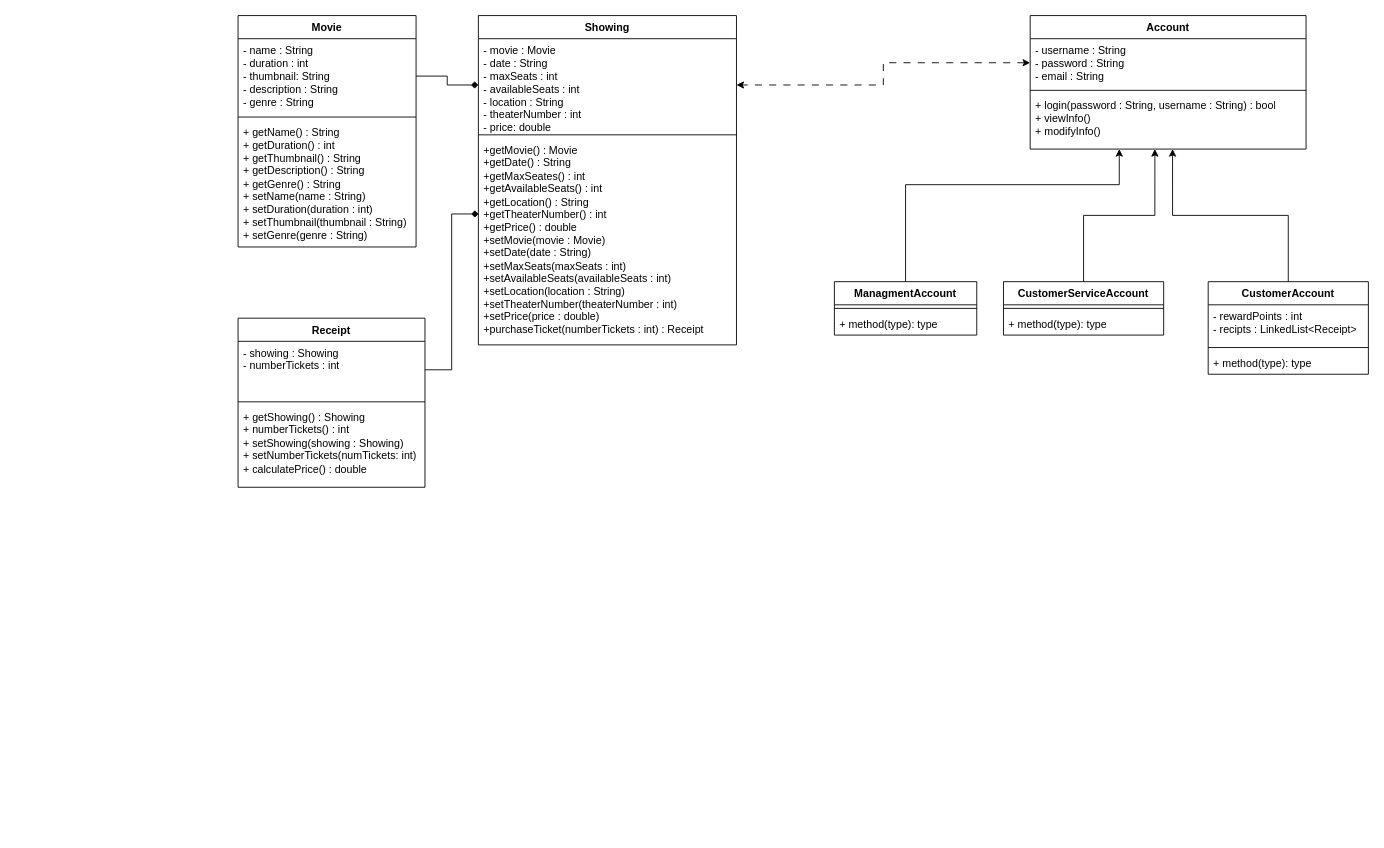
Before: UML Diagram.drawio in jfallz/MTTS, a draw.io diagram. Source tidied: cells renumbered, new cells numbered last; positions are measured from the earlier drawing's top-left corner, leaving out a move shared by most shapes. Both pictures are drawn from the tidied source at 89%, with x=0, y=0 at pixel (238, 15).
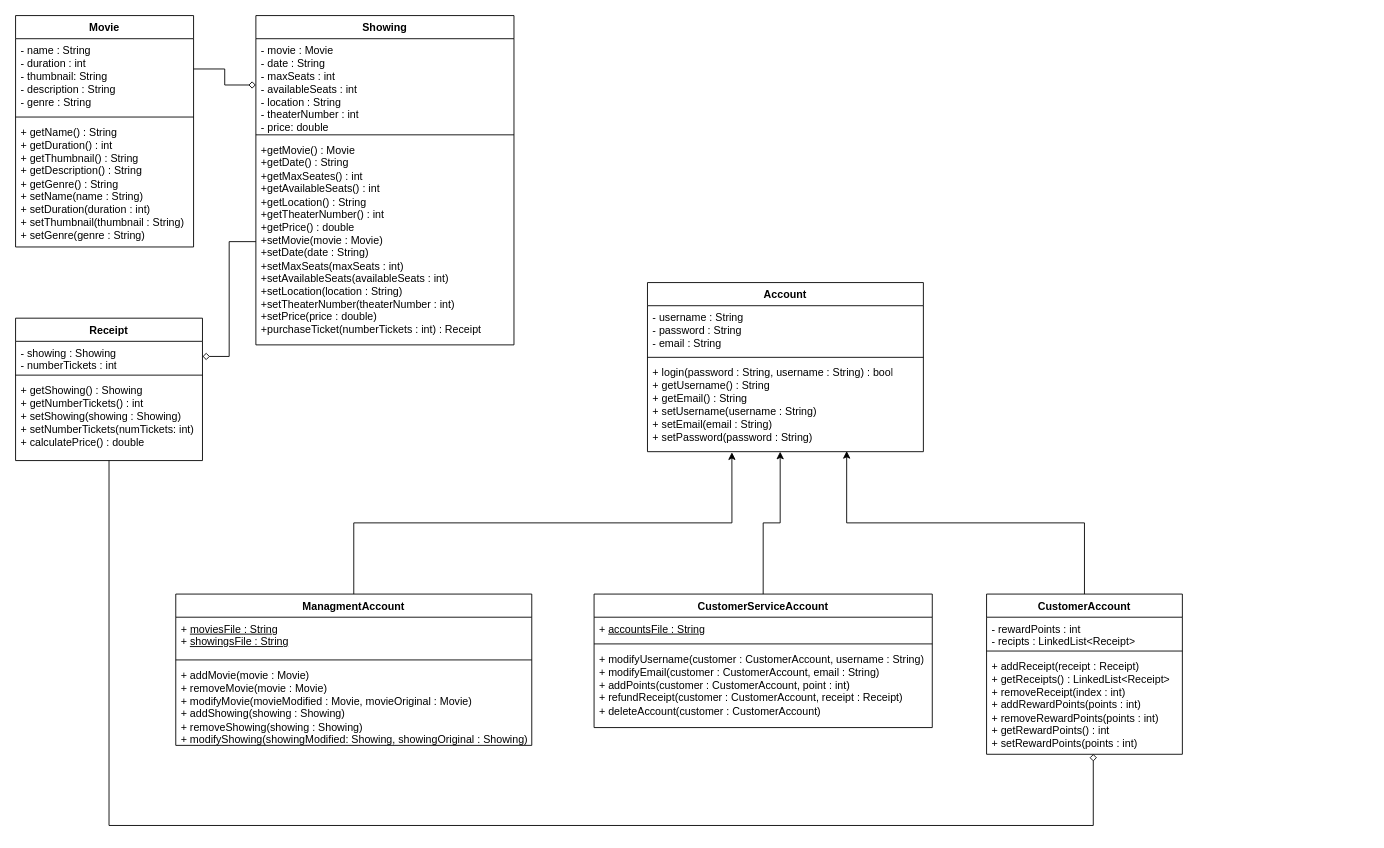
The same diagram, later.

Commit message (it also covers changes not shown here):
Updated UML adding Account Functionality

The change refers to these unchanged cells:
```xml
<mxCell id="3" value="- username : String&lt;div&gt;- password : String&lt;/div&gt;&lt;div&gt;- email : String&lt;/div&gt;" style="text;strokeColor=none;fillColor=none;align=left;verticalAlign=top;spacingLeft=4;spacingRight=4;overflow=hidden;points=[[0,0.5],[1,0.5]];portConstraint=eastwest;whiteSpace=wrap;html=1;" parent="2" vertex="1">
  <mxGeometry y="26" width="310" height="54" as="geometry" />
</mxCell>
<mxCell id="17" value="- movie : Movie&lt;div&gt;- date : String&lt;/div&gt;&lt;div&gt;- maxSeats : int&lt;/div&gt;&lt;div&gt;- availableSeats : int&lt;/div&gt;&lt;div&gt;- location : String&lt;/div&gt;&lt;div&gt;- theaterNumber : int&lt;/div&gt;&lt;div&gt;- price: double&lt;/div&gt;" style="text;strokeColor=none;fillColor=none;align=left;verticalAlign=top;spacingLeft=4;spacingRight=4;overflow=hidden;points=[[0,0.5],[1,0.5]];portConstraint=eastwest;whiteSpace=wrap;html=1;" parent="16" vertex="1">
  <mxGeometry y="26" width="290" height="104" as="geometry" />
</mxCell>
<mxCell id="19" value="&lt;div&gt;+getMovie() : Movie&lt;/div&gt;&lt;div&gt;+getDate() :&amp;nbsp;&lt;span style=&quot;background-color: initial;&quot;&gt;String&lt;/span&gt;&lt;/div&gt;&lt;div&gt;+getMaxSeates() : int&lt;/div&gt;&lt;div&gt;+getAvailableSeats() : int&lt;/div&gt;&lt;div&gt;+getLocation() : String&lt;/div&gt;&lt;div&gt;+getTheaterNumber() : int&lt;/div&gt;&lt;div&gt;+getPrice() : double&lt;/div&gt;&lt;div&gt;+setMovie(movie : Movie)&lt;/div&gt;&lt;div&gt;+setDate(date : String)&lt;/div&gt;&lt;div&gt;+setMaxSeats(maxSeats : int)&lt;/div&gt;&lt;div&gt;+setAvailableSeats(availableSeats : int)&lt;/div&gt;&lt;div&gt;+setLocation(location : String)&lt;/div&gt;&lt;div&gt;+setTheaterNumber(theaterNumber : int)&lt;/div&gt;&lt;div&gt;+setPrice(price : double)&lt;/div&gt;&lt;div&gt;+purchaseTicket(numberTickets : int) : Receipt&lt;/div&gt;&lt;div&gt;&lt;br&gt;&lt;/div&gt;" style="text;strokeColor=none;fillColor=none;align=left;verticalAlign=top;spacingLeft=4;spacingRight=4;overflow=hidden;points=[[0,0.5],[1,0.5]];portConstraint=eastwest;whiteSpace=wrap;html=1;" parent="16" vertex="1">
  <mxGeometry y="138" width="290" height="232" as="geometry" />
</mxCell>
<mxCell id="21" value="- name : String&lt;div&gt;- duration : int&lt;/div&gt;&lt;div&gt;- thumbnail: String&lt;/div&gt;&lt;div&gt;- description : String&lt;/div&gt;&lt;div&gt;- genre : String&lt;/div&gt;&lt;div&gt;&lt;br&gt;&lt;/div&gt;&lt;div&gt;&lt;br&gt;&lt;/div&gt;" style="text;strokeColor=none;fillColor=none;align=left;verticalAlign=top;spacingLeft=4;spacingRight=4;overflow=hidden;points=[[0,0.5],[1,0.5]];portConstraint=eastwest;whiteSpace=wrap;html=1;" parent="20" vertex="1">
  <mxGeometry y="26" width="200" height="84" as="geometry" />
</mxCell>
```

Diff of the diagram source:
```diff
@@
     <mxCell id="2" value="Account" style="swimlane;fontStyle=1;align=center;verticalAlign=top;horizontal=1;startSize=26;whiteSpace=wrap;html=1;" parent="1" vertex="1">
-      <mxGeometry x="890" width="310" height="150" as="geometry" />
+      <mxGeometry x="460" y="300" width="310" height="190" as="geometry" />
     </mxCell>
@@
-    <mxCell id="5" value="+ login(password : String, username : String) : bool&lt;div&gt;+ viewInfo()&lt;/div&gt;&lt;div&gt;+ modifyInfo()&lt;/div&gt;" style="text;strokeColor=none;fillColor=none;align=left;verticalAlign=top;spacingLeft=4;spacingRight=4;overflow=hidden;points=[[0,0.5],[1,0.5]];portConstraint=eastwest;whiteSpace=wrap;html=1;" parent="2" vertex="1">
-      <mxGeometry y="88" width="310" height="62" as="geometry" />
+    <mxCell id="5" value="+ login(password : String, username : String) : bool&lt;div&gt;+ getUsername() : String&lt;br&gt;&lt;/div&gt;&lt;div&gt;+ getEmail() : String&lt;/div&gt;&lt;div&gt;+ setUsername(username : String)&lt;/div&gt;&lt;div&gt;+ setEmail(email : String)&lt;/div&gt;&lt;div&gt;+ setPassword(password : String)&lt;/div&gt;" style="text;strokeColor=none;fillColor=none;align=left;verticalAlign=top;spacingLeft=4;spacingRight=4;overflow=hidden;points=[[0,0.5],[1,0.5]];portConstraint=eastwest;whiteSpace=wrap;html=1;" parent="2" vertex="1">
+      <mxGeometry y="88" width="310" height="102" as="geometry" />
     </mxCell>
     <mxCell id="6" value="CustomerAccount" style="swimlane;fontStyle=1;align=center;verticalAlign=top;horizontal=1;startSize=26;whiteSpace=wrap;html=1;" parent="1" vertex="1">
-      <mxGeometry x="1090" y="299" width="180" height="104" as="geometry" />
+      <mxGeometry x="841" y="650" width="220" height="180" as="geometry" />
     </mxCell>
     <mxCell id="7" value="- rewardPoints : int&lt;div&gt;- recipts : LinkedList&amp;lt;Receipt&amp;gt;&lt;/div&gt;" style="text;strokeColor=none;fillColor=none;align=left;verticalAlign=top;spacingLeft=4;spacingRight=4;overflow=hidden;whiteSpace=wrap;html=1;" parent="6" vertex="1">
-      <mxGeometry y="26" width="180" height="44" as="geometry" />
+      <mxGeometry y="26" width="220" height="34" as="geometry" />
     </mxCell>
     <mxCell id="8" style="line;strokeWidth=1;fillColor=none;align=left;verticalAlign=middle;spacingTop=-1;spacingLeft=3;spacingRight=3;labelPosition=right;strokeColor=inherit;" parent="6" vertex="1">
-      <mxGeometry y="70" width="180" height="8" as="geometry" />
+      <mxGeometry y="60" width="220" height="8" as="geometry" />
     </mxCell>
-    <mxCell id="9" value="+ method(type): type" style="text;strokeColor=none;fillColor=none;align=left;verticalAlign=top;spacingLeft=4;spacingRight=4;overflow=hidden;points=[[0,0.5],[1,0.5]];portConstraint=eastwest;whiteSpace=wrap;html=1;" parent="6" vertex="1">
-      <mxGeometry y="78" width="180" height="26" as="geometry" />
+    <mxCell id="9" value="+ addReceipt(receipt : Receipt)&lt;div&gt;+ getReceipts() : LinkedList&amp;lt;Receipt&amp;gt;&lt;/div&gt;&lt;div&gt;+ removeReceipt(index : int)&lt;/div&gt;&lt;div&gt;+ addRewardPoints(points : int)&lt;/div&gt;&lt;div&gt;+ removeRewardPoints(points : int)&lt;/div&gt;&lt;div&gt;+ getRewardPoints() : int&lt;/div&gt;&lt;div&gt;+ setRewardPoints(points : int)&lt;/div&gt;" style="text;strokeColor=none;fillColor=none;align=left;verticalAlign=top;spacingLeft=4;spacingRight=4;overflow=hidden;points=[[0,0.5],[1,0.5]];portConstraint=eastwest;whiteSpace=wrap;html=1;" parent="6" vertex="1">
+      <mxGeometry y="68" width="220" height="112" as="geometry" />
     </mxCell>
-    <mxCell id="10" value="CustomerServiceAccount" style="swimlane;fontStyle=1;align=center;verticalAlign=top;horizontal=1;startSize=26;whiteSpace=wrap;html=1;" parent="1" vertex="1">
-      <mxGeometry x="860" y="299" width="180" height="60" as="geometry" />
-    </mxCell>
-    <mxCell id="11" style="line;strokeWidth=1;fillColor=none;align=left;verticalAlign=middle;spacingTop=-1;spacingLeft=3;spacingRight=3;labelPosition=right;strokeColor=inherit;" parent="10" vertex="1">
-      <mxGeometry y="26" width="180" height="8" as="geometry" />
-    </mxCell>
-    <mxCell id="12" value="+ method(type): type" style="text;strokeColor=none;fillColor=none;align=left;verticalAlign=top;spacingLeft=4;spacingRight=4;overflow=hidden;whiteSpace=wrap;html=1;" parent="10" vertex="1">
-      <mxGeometry y="34" width="180" height="26" as="geometry" />
-    </mxCell>
-    <mxCell id="13" value="ManagmentAccount" style="swimlane;fontStyle=1;align=center;verticalAlign=top;horizontal=1;startSize=26;whiteSpace=wrap;html=1;" parent="1" vertex="1">
-      <mxGeometry x="670" y="299" width="160" height="60" as="geometry" />
-    </mxCell>
-    <mxCell id="14" style="line;strokeWidth=1;fillColor=none;align=left;verticalAlign=middle;spacingTop=-1;spacingLeft=3;spacingRight=3;labelPosition=right;strokeColor=inherit;" parent="13" vertex="1">
-      <mxGeometry y="26" width="160" height="8" as="geometry" />
-    </mxCell>
-    <mxCell id="15" value="+ method(type): type" style="text;strokeColor=none;fillColor=none;align=left;verticalAlign=top;spacingLeft=4;spacingRight=4;overflow=hidden;whiteSpace=wrap;html=1;" parent="13" vertex="1">
-      <mxGeometry y="34" width="160" height="26" as="geometry" />
-    </mxCell>
     <mxCell id="16" value="Showing" style="swimlane;fontStyle=1;align=center;verticalAlign=top;horizontal=1;startSize=26;whiteSpace=wrap;html=1;" parent="1" vertex="1">
-      <mxGeometry x="270" width="290" height="370" as="geometry" />
+      <mxGeometry x="20" width="290" height="370" as="geometry" />
     </mxCell>
@@
     <mxCell id="20" value="Movie" style="swimlane;fontStyle=1;align=center;verticalAlign=top;horizontal=1;startSize=26;whiteSpace=wrap;html=1;" parent="1" vertex="1">
-      <mxGeometry width="200" height="260" as="geometry" />
+      <mxGeometry x="-250" width="200" height="260" as="geometry" />
     </mxCell>
@@
-    <mxCell id="24" style="edgeStyle=orthogonalEdgeStyle;rounded=0;jettySize=auto;html=1;entryX=0;entryY=0.5;entryDx=0;entryDy=0;endArrow=diamond;endFill=1;" parent="1" edge="1" source="21" target="17">
-      <mxGeometry relative="1" as="geometry" />
+    <mxCell id="24" style="edgeStyle=orthogonalEdgeStyle;rounded=0;jettySize=auto;html=1;entryX=0;entryY=0.5;entryDx=0;entryDy=0;endArrow=diamond;endFill=0;" parent="1" edge="1" source="21" target="17">
+      <mxGeometry relative="1" as="geometry">
+        <Array as="points">
+          <mxPoint x="-15" y="60" />
+          <mxPoint x="-15" y="78" />
+        </Array>
+      </mxGeometry>
     </mxCell>
     <mxCell id="25" value="Receipt" style="swimlane;fontStyle=1;align=center;verticalAlign=top;horizontal=1;startSize=26;whiteSpace=wrap;html=1;" parent="1" vertex="1">
-      <mxGeometry y="340" width="210" height="190" as="geometry" />
+      <mxGeometry x="-250" y="340" width="210" height="160" as="geometry" />
     </mxCell>
     <mxCell id="26" value="- showing : Showing&lt;div&gt;- numberTickets : int&lt;/div&gt;" style="text;strokeColor=none;fillColor=none;align=left;verticalAlign=top;spacingLeft=4;spacingRight=4;overflow=hidden;points=[[0,0.5],[1,0.5]];portConstraint=eastwest;whiteSpace=wrap;html=1;" parent="25" vertex="1">
-      <mxGeometry y="26" width="210" height="64" as="geometry" />
+      <mxGeometry y="26" width="210" height="34" as="geometry" />
     </mxCell>
     <mxCell id="27" style="line;strokeWidth=1;fillColor=none;align=left;verticalAlign=middle;spacingTop=-1;spacingLeft=3;spacingRight=3;labelPosition=right;strokeColor=inherit;" parent="25" vertex="1">
-      <mxGeometry y="90" width="210" height="8" as="geometry" />
+      <mxGeometry y="60" width="210" height="8" as="geometry" />
     </mxCell>
-    <mxCell id="28" value="+ getShowing() : Showing&lt;div&gt;+ numberTickets() : int&lt;/div&gt;&lt;div&gt;+ setShowing(showing : Showing)&lt;/div&gt;&lt;div&gt;+ setNumberTickets(numTickets: int)&lt;/div&gt;&lt;div&gt;+ calculatePrice() : double&lt;/div&gt;" style="text;strokeColor=none;fillColor=none;align=left;verticalAlign=top;spacingLeft=4;spacingRight=4;overflow=hidden;whiteSpace=wrap;html=1;" parent="25" vertex="1">
-      <mxGeometry y="98" width="210" height="92" as="geometry" />
+    <mxCell id="28" value="+ getShowing() : Showing&lt;div&gt;+ getNumberTickets() : int&lt;/div&gt;&lt;div&gt;+ setShowing(showing : Showing)&lt;/div&gt;&lt;div&gt;+ setNumberTickets(numTickets: int)&lt;/div&gt;&lt;div&gt;+ calculatePrice() : double&lt;/div&gt;" style="text;strokeColor=none;fillColor=none;align=left;verticalAlign=top;spacingLeft=4;spacingRight=4;overflow=hidden;whiteSpace=wrap;html=1;" parent="25" vertex="1">
+      <mxGeometry y="68" width="210" height="92" as="geometry" />
     </mxCell>
-    <mxCell id="29" style="edgeStyle=orthogonalEdgeStyle;rounded=0;jettySize=auto;html=1;entryX=0.001;entryY=0.366;entryDx=0;entryDy=0;entryPerimeter=0;endArrow=diamond;endFill=1;" parent="1" edge="1" source="26" target="19">
-      <mxGeometry relative="1" as="geometry" />
-    </mxCell>
+    <mxCell id="13" value="ManagmentAccount" style="swimlane;fontStyle=1;align=center;verticalAlign=top;horizontal=1;startSize=26;whiteSpace=wrap;html=1;" parent="1" vertex="1">
+      <mxGeometry x="-70" y="650" width="400" height="170" as="geometry" />
+    </mxCell>
+    <mxCell id="34" value="+ &lt;u&gt;moviesFile : String&lt;/u&gt;&lt;div&gt;+ &lt;u&gt;showingsFile : String&lt;/u&gt;&lt;/div&gt;" style="text;strokeColor=none;fillColor=none;align=left;verticalAlign=top;spacingLeft=4;spacingRight=4;overflow=hidden;whiteSpace=wrap;html=1;" parent="13" vertex="1">
+      <mxGeometry y="26" width="400" height="44" as="geometry" />
+    </mxCell>
+    <mxCell id="35" style="line;strokeWidth=1;fillColor=none;align=left;verticalAlign=middle;spacingTop=-1;spacingLeft=3;spacingRight=3;labelPosition=right;strokeColor=inherit;" parent="13" vertex="1">
+      <mxGeometry y="70" width="400" height="8" as="geometry" />
+    </mxCell>
+    <mxCell id="36" value="+ addMovie(movie : Movie)&lt;div&gt;+ removeMovie(movie : Movie)&lt;/div&gt;&lt;div&gt;+ modifyMovie(movieModified : Movie, movieOriginal : Movie)&lt;/div&gt;&lt;div&gt;+ addShowing(showing : Showing)&lt;/div&gt;&lt;div&gt;+ removeShowing(showing : Showing)&lt;/div&gt;&lt;div&gt;+ modifyShowing(showingModified: Showing, showingOriginal : Showing)&lt;/div&gt;" style="text;strokeColor=none;fillColor=none;align=left;verticalAlign=top;spacingLeft=4;spacingRight=4;overflow=hidden;whiteSpace=wrap;html=1;" parent="13" vertex="1">
+      <mxGeometry y="78" width="400" height="92" as="geometry" />
+    </mxCell>
+    <mxCell id="37" style="edgeStyle=orthogonalEdgeStyle;rounded=0;jettySize=auto;html=1;entryX=1;entryY=0.5;entryDx=0;entryDy=0;endArrow=diamond;endFill=0;" parent="1" edge="1" source="19" target="26">
+      <mxGeometry relative="1" as="geometry" />
+    </mxCell>
+    <mxCell id="10" value="CustomerServiceAccount" style="swimlane;fontStyle=1;align=center;verticalAlign=top;horizontal=1;startSize=26;whiteSpace=wrap;html=1;" parent="1" vertex="1">
+      <mxGeometry x="400" y="650" width="380" height="150" as="geometry" />
+    </mxCell>
+    <mxCell id="38" value="+ &lt;u&gt;accountsFile : String&lt;/u&gt;" style="text;strokeColor=none;fillColor=none;align=left;verticalAlign=top;spacingLeft=4;spacingRight=4;overflow=hidden;whiteSpace=wrap;html=1;" parent="10" vertex="1">
+      <mxGeometry y="26" width="380" height="26" as="geometry" />
+    </mxCell>
+    <mxCell id="39" style="line;strokeWidth=1;fillColor=none;align=left;verticalAlign=middle;spacingTop=-1;spacingLeft=3;spacingRight=3;labelPosition=right;strokeColor=inherit;" parent="10" vertex="1">
+      <mxGeometry y="52" width="380" height="8" as="geometry" />
+    </mxCell>
+    <mxCell id="40" value="+ modifyUsername(customer : CustomerAccount, username : String)&lt;div&gt;+ modifyEmail(customer : CustomerAccount, email : String)&lt;/div&gt;&lt;div&gt;+ addPoints(customer : CustomerAccount, point : int)&lt;/div&gt;&lt;div&gt;+ refundReceipt(customer : CustomerAccount, receipt : Receipt)&lt;/div&gt;&lt;div&gt;+ deleteAccount(customer : CustomerAccount)&lt;/div&gt;" style="text;strokeColor=none;fillColor=none;align=left;verticalAlign=top;spacingLeft=4;spacingRight=4;overflow=hidden;whiteSpace=wrap;html=1;" parent="10" vertex="1">
+      <mxGeometry y="60" width="380" height="90" as="geometry" />
+    </mxCell>
-    <mxCell id="30" style="edgeStyle=orthogonalEdgeStyle;rounded=0;jettySize=auto;html=1;entryX=0.516;entryY=1;entryDx=0;entryDy=0;entryPerimeter=0;" parent="1" edge="1" source="6" target="5">
+    <mxCell id="30" style="edgeStyle=orthogonalEdgeStyle;rounded=0;jettySize=auto;html=1;entryX=0.722;entryY=0.993;entryDx=0;entryDy=0;entryPerimeter=0;" parent="1" edge="1" source="6" target="5">
       <mxGeometry relative="1" as="geometry" />
     </mxCell>
-    <mxCell id="31" style="edgeStyle=orthogonalEdgeStyle;rounded=0;jettySize=auto;html=1;entryX=0.452;entryY=1;entryDx=0;entryDy=0;entryPerimeter=0;" parent="1" edge="1" source="10" target="5">
+    <mxCell id="31" style="edgeStyle=orthogonalEdgeStyle;rounded=0;jettySize=auto;html=1;entryX=0.481;entryY=1;entryDx=0;entryDy=0;entryPerimeter=0;" parent="1" edge="1" source="10" target="5">
       <mxGeometry relative="1" as="geometry" />
     </mxCell>
-    <mxCell id="32" style="edgeStyle=orthogonalEdgeStyle;rounded=0;jettySize=auto;html=1;entryX=0.323;entryY=1;entryDx=0;entryDy=0;entryPerimeter=0;" parent="1" edge="1" source="13" target="5">
-      <mxGeometry relative="1" as="geometry">
-        <Array as="points">
-          <mxPoint x="750" y="190" />
-          <mxPoint x="990" y="190" />
-        </Array>
-      </mxGeometry>
+    <mxCell id="32" style="edgeStyle=orthogonalEdgeStyle;rounded=0;jettySize=auto;html=1;entryX=0.306;entryY=1.007;entryDx=0;entryDy=0;entryPerimeter=0;" parent="1" edge="1" source="13" target="5">
+      <mxGeometry relative="1" as="geometry" />
     </mxCell>
-    <mxCell id="33" style="edgeStyle=orthogonalEdgeStyle;rounded=0;jettySize=auto;html=1;dashed=1;dashPattern=8 8;startArrow=classic;startFill=1;" parent="1" edge="1" source="3" target="17">
-      <mxGeometry relative="1" as="geometry" />
-    </mxCell>
+    <mxCell id="41" style="edgeStyle=orthogonalEdgeStyle;rounded=0;jettySize=auto;html=1;entryX=0.545;entryY=0.997;entryDx=0;entryDy=0;entryPerimeter=0;endArrow=diamond;endFill=0;" parent="1" edge="1" source="25" target="9">
+      <mxGeometry relative="1" as="geometry">
+        <Array as="points">
+          <mxPoint x="-145" y="910" />
+          <mxPoint x="961" y="910" />
+        </Array>
+      </mxGeometry>
+    </mxCell>
```
